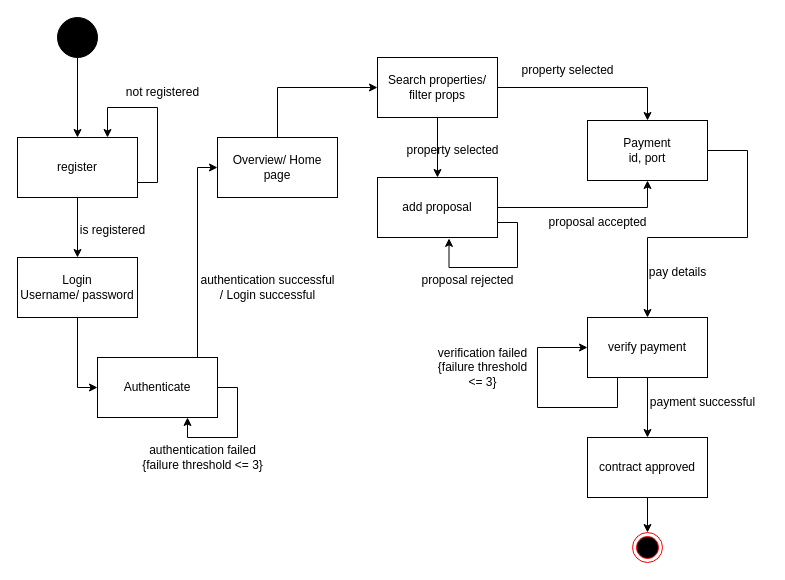
Jainil2004/SEPM keeps this draw.io diagram as State Chart Diagram.drawio. Above is the earlier version. Source tidied: cells renumbered, new cells numbered last; positions are measured from the earlier drawing's top-left corner, leaving out a move shared by most shapes. Both pictures are drawn from the tidied source at 100%, with x=0, y=0 at pixel (17, 17).
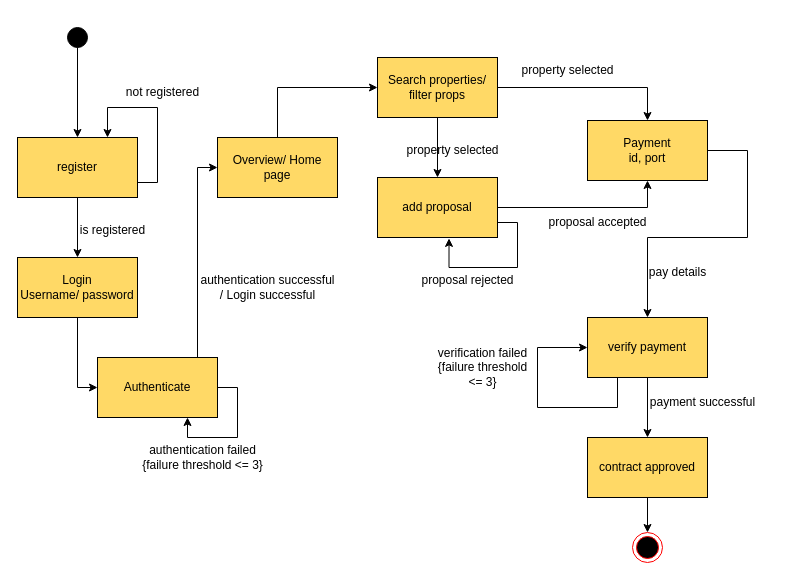
The same diagram, later.

What changed in the source:
```diff
@@
     <mxCell id="3" style="ellipse;whiteSpace=wrap;html=1;fillColor=#000000;" parent="1" vertex="1">
-      <mxGeometry x="40" width="40" height="40" as="geometry" />
+      <mxGeometry x="50" y="10" width="20" height="20" as="geometry" />
     </mxCell>
@@
-    <mxCell id="5" value="register" style="rounded=0;whiteSpace=wrap;html=1;" parent="1" vertex="1">
+    <mxCell id="5" value="register" style="rounded=0;whiteSpace=wrap;html=1;fillColor=#FFD966;" parent="1" vertex="1">
       <mxGeometry y="120" width="120" height="60" as="geometry" />
     </mxCell>
@@
-    <mxCell id="7" value="&lt;div&gt;Login &lt;br&gt;&lt;/div&gt;&lt;div&gt;Username/ password&lt;br&gt;&lt;/div&gt;" style="rounded=0;whiteSpace=wrap;html=1;" parent="1" vertex="1">
+    <mxCell id="7" value="&lt;div&gt;Login &lt;br&gt;&lt;/div&gt;&lt;div&gt;Username/ password&lt;br&gt;&lt;/div&gt;" style="rounded=0;whiteSpace=wrap;html=1;fillColor=#FFD966;" parent="1" vertex="1">
       <mxGeometry y="240" width="120" height="60" as="geometry" />
     </mxCell>
@@
-    <mxCell id="12" value="Overview/ Home page" style="rounded=0;whiteSpace=wrap;html=1;" parent="1" vertex="1">
+    <mxCell id="12" value="Overview/ Home page" style="rounded=0;whiteSpace=wrap;html=1;fillColor=#FFD966;" parent="1" vertex="1">
       <mxGeometry x="200" y="120" width="120" height="60" as="geometry" />
     </mxCell>
@@
-    <mxCell id="15" value="&lt;div&gt;Search properties/ &lt;br&gt;&lt;/div&gt;&lt;div&gt;filter props&lt;br&gt;&lt;/div&gt;" style="rounded=0;whiteSpace=wrap;html=1;" parent="1" vertex="1">
+    <mxCell id="15" value="&lt;div&gt;Search properties/ &lt;br&gt;&lt;/div&gt;&lt;div&gt;filter props&lt;br&gt;&lt;/div&gt;" style="rounded=0;whiteSpace=wrap;html=1;fillColor=#FFD966;" parent="1" vertex="1">
       <mxGeometry x="360" y="40" width="120" height="60" as="geometry" />
     </mxCell>
@@
-    <mxCell id="17" value="Authenticate" style="rounded=0;whiteSpace=wrap;html=1;" parent="1" vertex="1">
+    <mxCell id="17" value="Authenticate" style="rounded=0;whiteSpace=wrap;html=1;fillColor=#FFD966;" parent="1" vertex="1">
       <mxGeometry x="80" y="340" width="120" height="60" as="geometry" />
     </mxCell>
@@
-    <mxCell id="22" value="add proposal " style="rounded=0;whiteSpace=wrap;html=1;" parent="1" vertex="1">
+    <mxCell id="22" value="add proposal " style="rounded=0;whiteSpace=wrap;html=1;fillColor=#FFD966;" parent="1" vertex="1">
       <mxGeometry x="360" y="160" width="120" height="60" as="geometry" />
     </mxCell>
@@
-    <mxCell id="27" value="&lt;div&gt;Payment&lt;/div&gt;&lt;div&gt;id, port&lt;br&gt;&lt;/div&gt;" style="rounded=0;whiteSpace=wrap;html=1;" parent="1" vertex="1">
+    <mxCell id="27" value="&lt;div&gt;Payment&lt;/div&gt;&lt;div&gt;id, port&lt;br&gt;&lt;/div&gt;" style="rounded=0;whiteSpace=wrap;html=1;fillColor=#FFD966;" parent="1" vertex="1">
       <mxGeometry x="570" y="103" width="120" height="60" as="geometry" />
     </mxCell>
@@
-    <mxCell id="31" value="verify payment" style="rounded=0;whiteSpace=wrap;html=1;" parent="1" vertex="1">
+    <mxCell id="31" value="verify payment" style="rounded=0;whiteSpace=wrap;html=1;fillColor=#FFD966;" parent="1" vertex="1">
       <mxGeometry x="570" y="300" width="120" height="60" as="geometry" />
     </mxCell>
@@
-    <mxCell id="36" value="contract approved" style="rounded=0;whiteSpace=wrap;html=1;" parent="1" vertex="1">
+    <mxCell id="36" value="contract approved" style="rounded=0;whiteSpace=wrap;html=1;fillColor=#FFD966;" parent="1" vertex="1">
       <mxGeometry x="570" y="420" width="120" height="60" as="geometry" />
     </mxCell>
```
